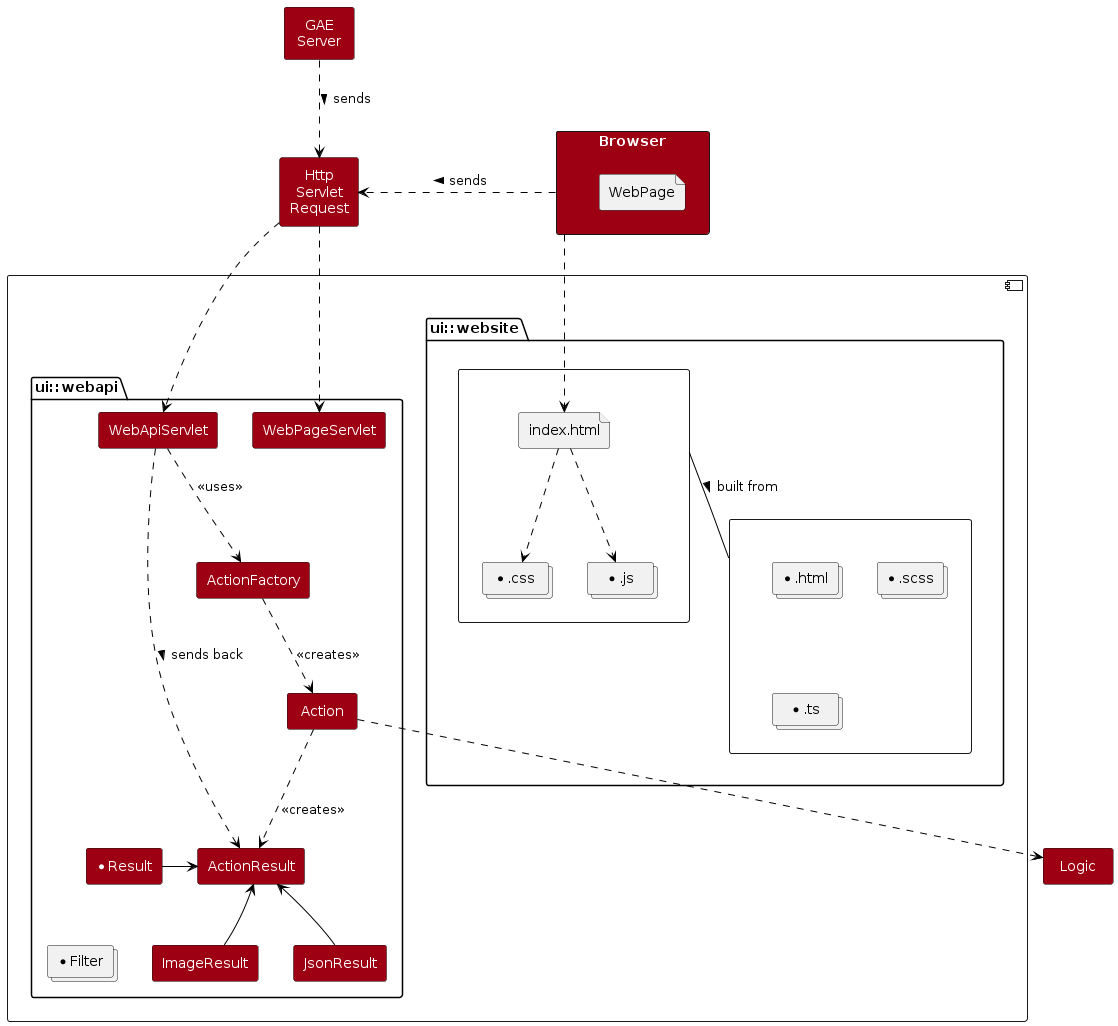
This is diagrams/UiComponent.png from TEAMMATES/teammates, a PlantUML export, as it was before one commit. Its source is kept beside it as diagrams/UiComponent.puml.
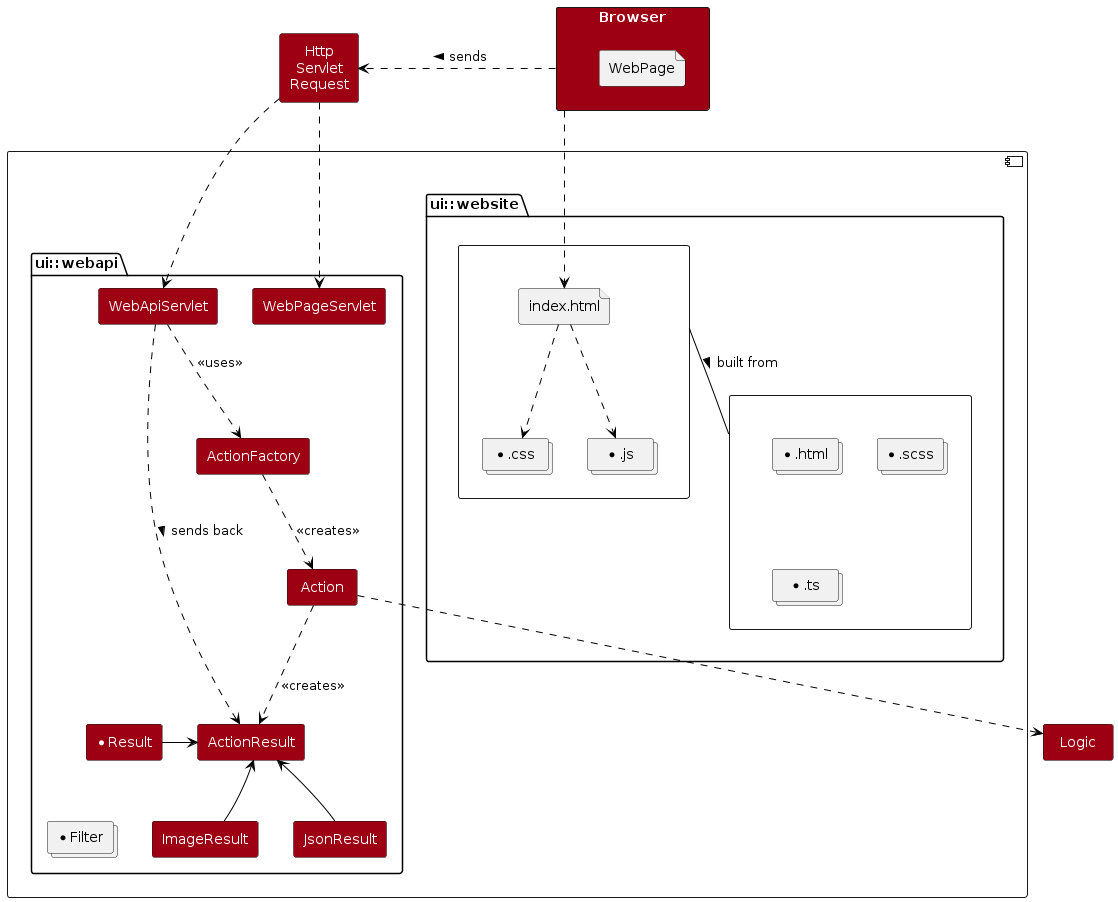
Above is the later version.

The edit, as a diff of the source:
```diff
@@ -35,14 +35,12 @@
     }
 }
 
-rectangle "GAE\nServer" as GaeServer
 rectangle "Http\nServlet\nRequest" as HSR
 rectangle Browser {
     file WebPage
 }
 rectangle Logic
 
-GaeServer ..> HSR : sends >
 Browser ..> HSR : sends >
 HSR ..> WebApiServlet
 HSR ..> WebPageServlet
```
